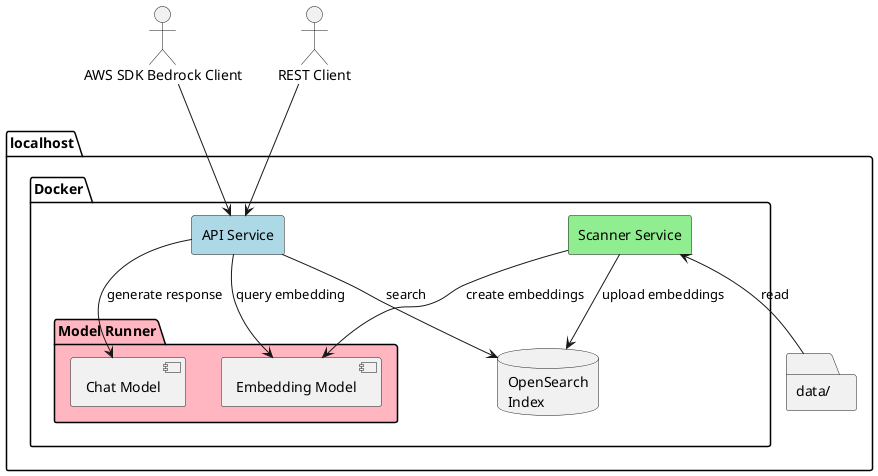
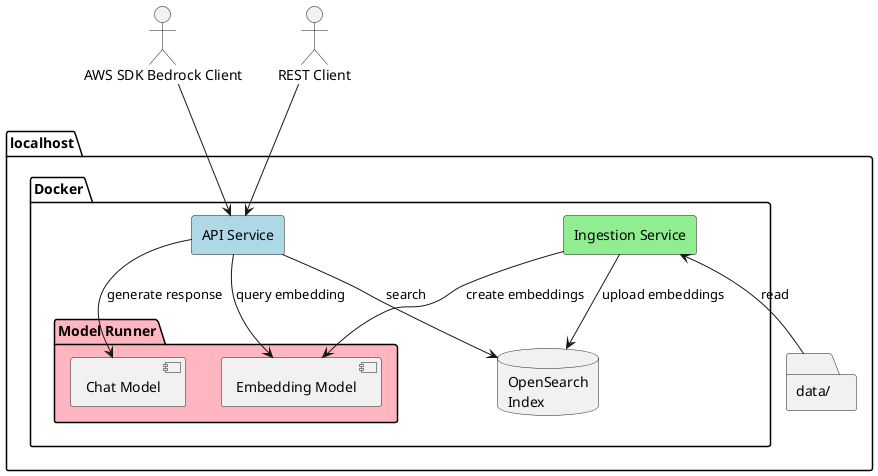
@startuml


actor "AWS SDK Bedrock Client" as awsuser
actor "REST Client" as curluser


package localhost {
folder "data/" as datafiles
package "Docker" {

    database "OpenSearch\nIndex" as opensearch

-   rectangle "Scanner Service" as ingestion #LightGreen
+   rectangle "Ingestion Service" as ingestion #LightGreen
  rectangle "API Service" as api #LightBlue

package "Model Runner" #LightPink {
  component "Chat Model" as chatmodel
  component "Embedding Model" as embedmodel

}
  ingestion <-- datafiles : read
  ingestion --> opensearch : upload embeddings
  api --> opensearch : search
}



awsuser --> api
curluser --> api

ingestion --> embedmodel : create embeddings
api --> embedmodel : query embedding
api --> chatmodel : generate response
}
@enduml